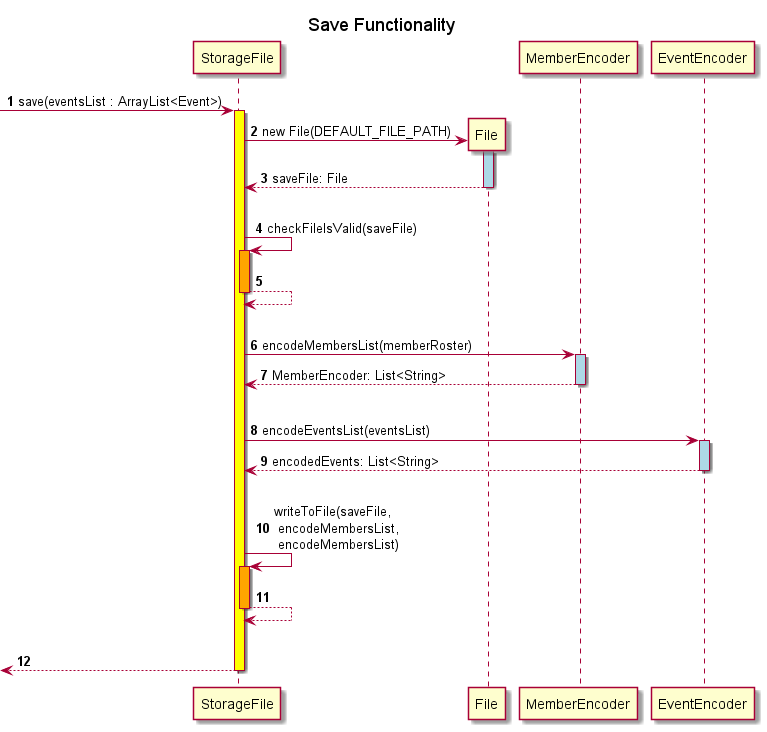
This is docs/images/SaveDiagram.png from nus-cs2113-AY2122S1/tp, a PlantUML export, as it was before one commit.
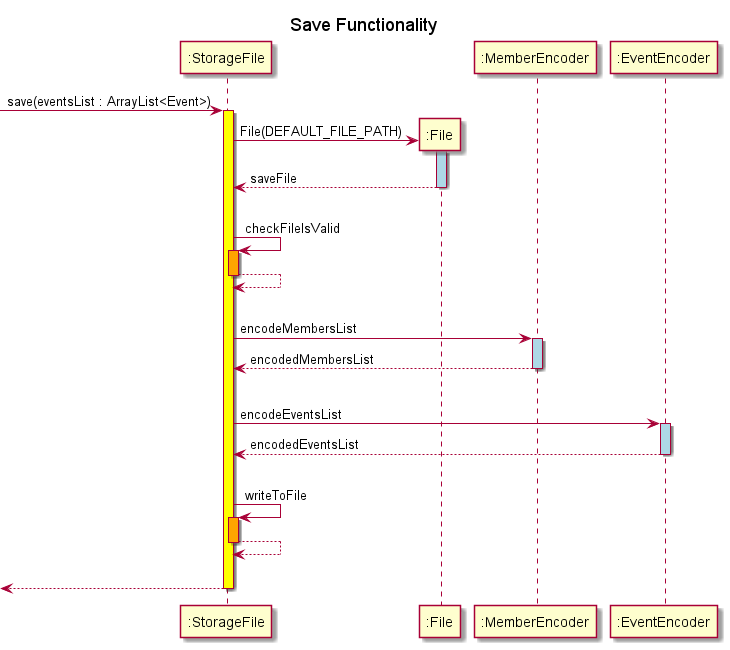
After the change.

Commit message:
Update .puml and image files for load and save diagrams

What changed in the source:
```diff
@@ -1,29 +1,28 @@
 @startuml
-autonumber
 title Save Functionality
 
--> StorageFile: save(eventsList : ArrayList<Event>)
-activate StorageFile #yellow
+-> ":StorageFile": save(eventsList : ArrayList<Event>)
+activate ":StorageFile" #yellow
 
-create File
-StorageFile -> File:new File(DEFAULT_FILE_PATH)
-activate File #lightblue
-return saveFile: File
+create ":File"
+":StorageFile" -> ":File": File(DEFAULT_FILE_PATH)
+activate ":File" #lightblue
+return saveFile
 |||
-StorageFile -> StorageFile: checkFileIsValid(saveFile)
-activate StorageFile #orange
+":StorageFile" -> ":StorageFile": checkFileIsValid
+activate ":StorageFile" #orange
 return
 |||
-StorageFile -> MemberEncoder: encodeMembersList(memberRoster)
-activate MemberEncoder #lightblue
-return MemberEncoder: List<String>
+":StorageFile" -> ":MemberEncoder": encodeMembersList
+activate ":MemberEncoder" #lightblue
+return encodedMembersList
 |||
-StorageFile -> EventEncoder: encodeEventsList(eventsList)
-activate EventEncoder #lightblue
-return encodedEvents: List<String>
+":StorageFile" -> ":EventEncoder": encodeEventsList
+activate ":EventEncoder" #lightblue
+return encodedEventsList
 |||
-StorageFile -> StorageFile: writeToFile(saveFile,\n encodeMembersList,\n encodeMembersList)
-activate StorageFile #orange
+":StorageFile" -> ":StorageFile": writeToFile
+activate ":StorageFile" #orange
 return
 |||
 return
```
